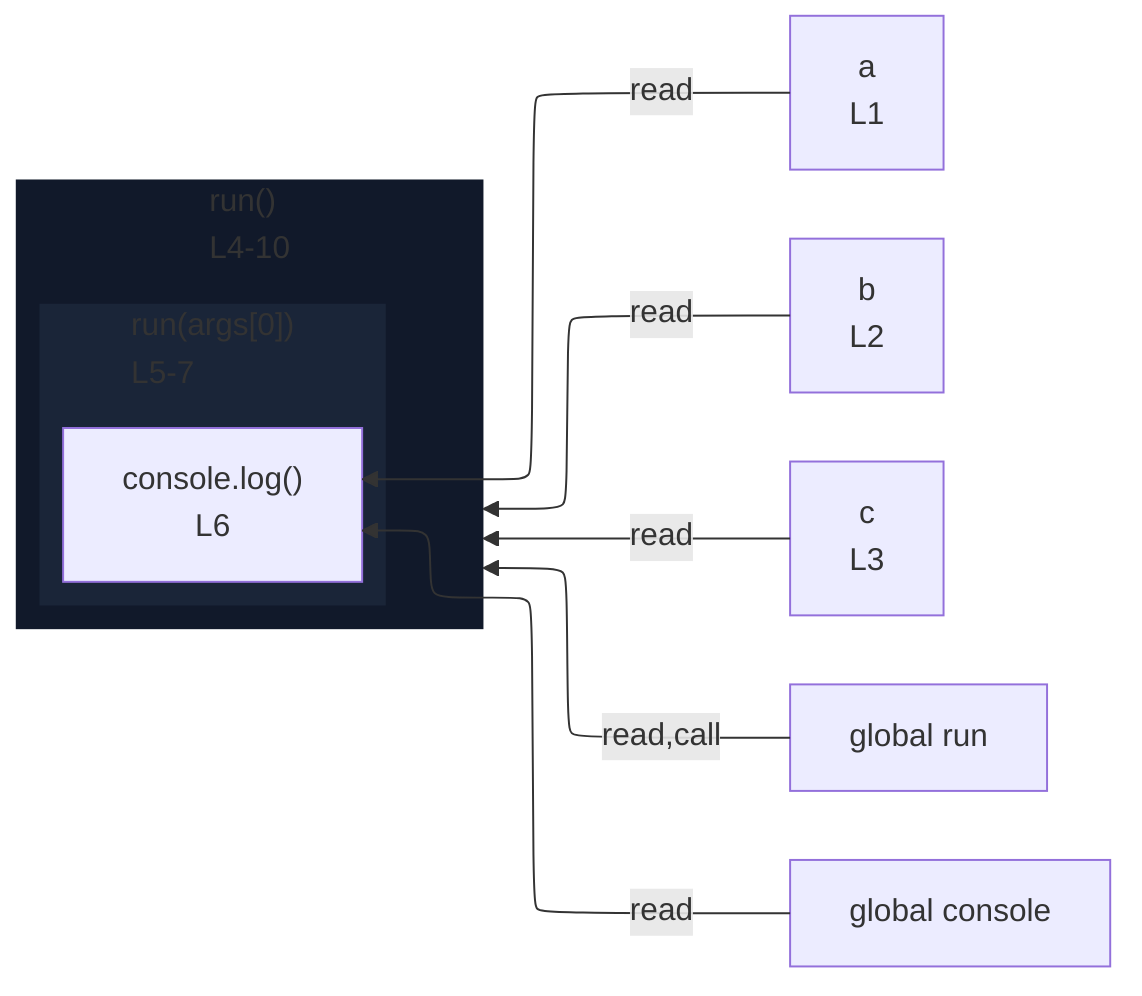
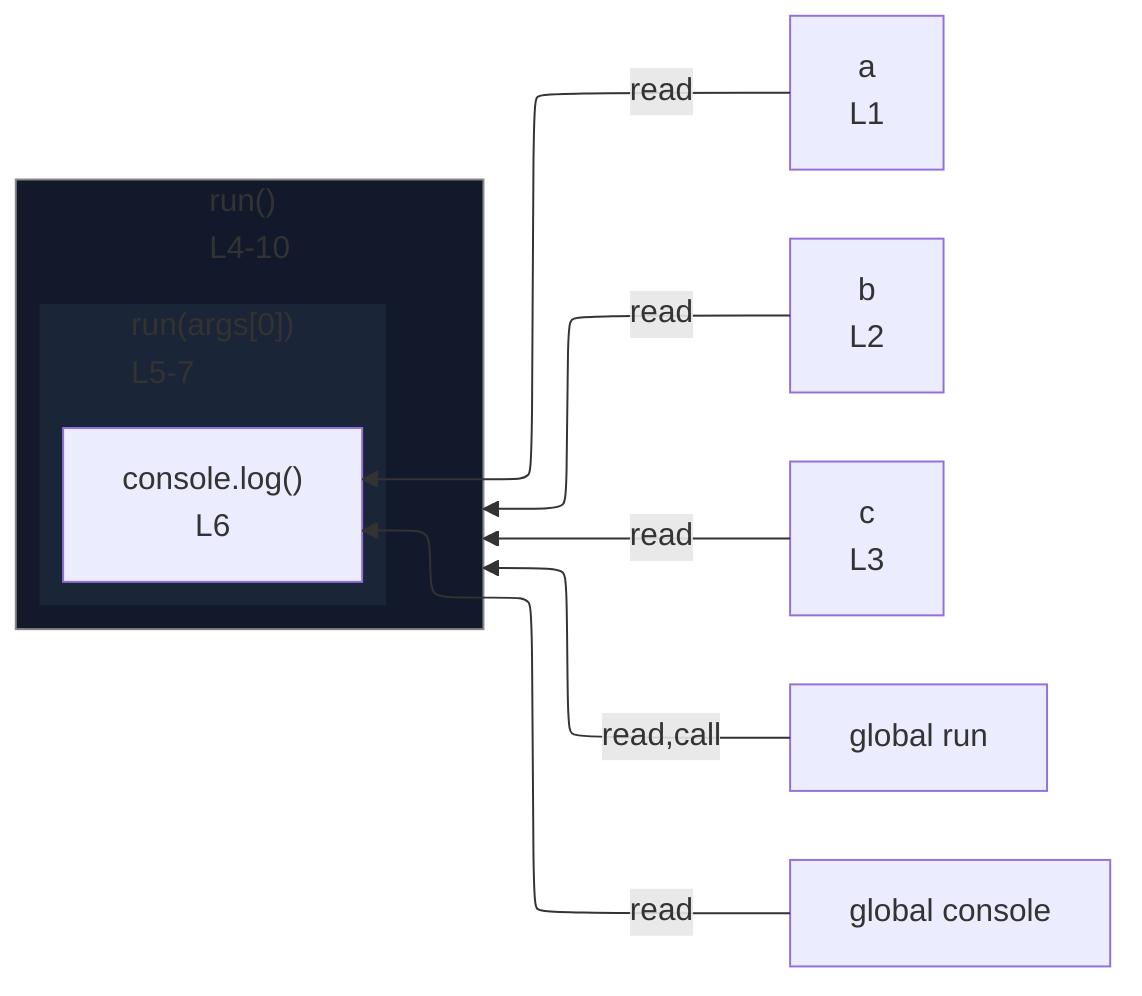
%%{init: {"flowchart": {"defaultRenderer": "elk"}}}%%
flowchart RL
  n_scope_0_a_6["a<br/>L1"]
  n_scope_0_b_19["b<br/>L2"]
  n_scope_0_c_32["c<br/>L3"]
  n_scope_0_run_39["global run"]
  n_scope_0_console_58["global console"]
  subgraph expr_stmt_39["run()<br/>L4-10"]
    direction RL
    subgraph s_scope_1["run(args[0])<br/>L5-7"]
      direction RL
      expr_stmt_58["console.log()<br/>L6"]
    end
  end
  n_scope_0_run_39 -->|read,call| expr_stmt_39
  n_scope_0_console_58 -->|read| expr_stmt_58
  n_scope_0_a_6 -->|read| expr_stmt_58
  n_scope_0_b_19 -->|read| expr_stmt_39
  n_scope_0_c_32 -->|read| expr_stmt_39
  classDef nestL1 fill:#11192a,stroke:transparent;
  class expr_stmt_39 nestL1;
  classDef nestL2 fill:#1a2538,stroke:transparent;
  class s_scope_1 nestL2;
+   classDef edgeTargetSubgraph stroke:#888;
+   class expr_stmt_39 edgeTargetSubgraph;
